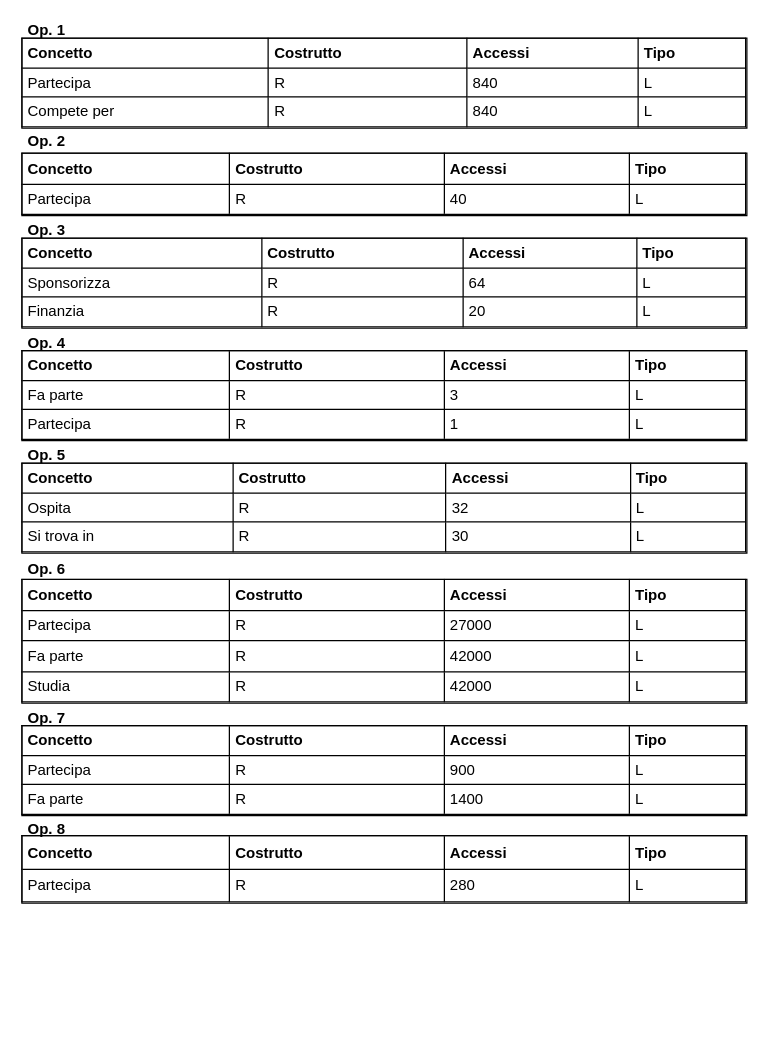
giovannivelludo/database-project keeps this draw.io diagram as page "Accessi" (6 of 6) of Olimpiadi studentesche.drawio. Above is the earlier version. Source tidied: cells renumbered, new cells numbered last; positions are measured from the earlier drawing's top-left corner, leaving out a move shared by most shapes. Both pictures are drawn from the tidied source at 125%, with x=0, y=0 at pixel (21, 28).
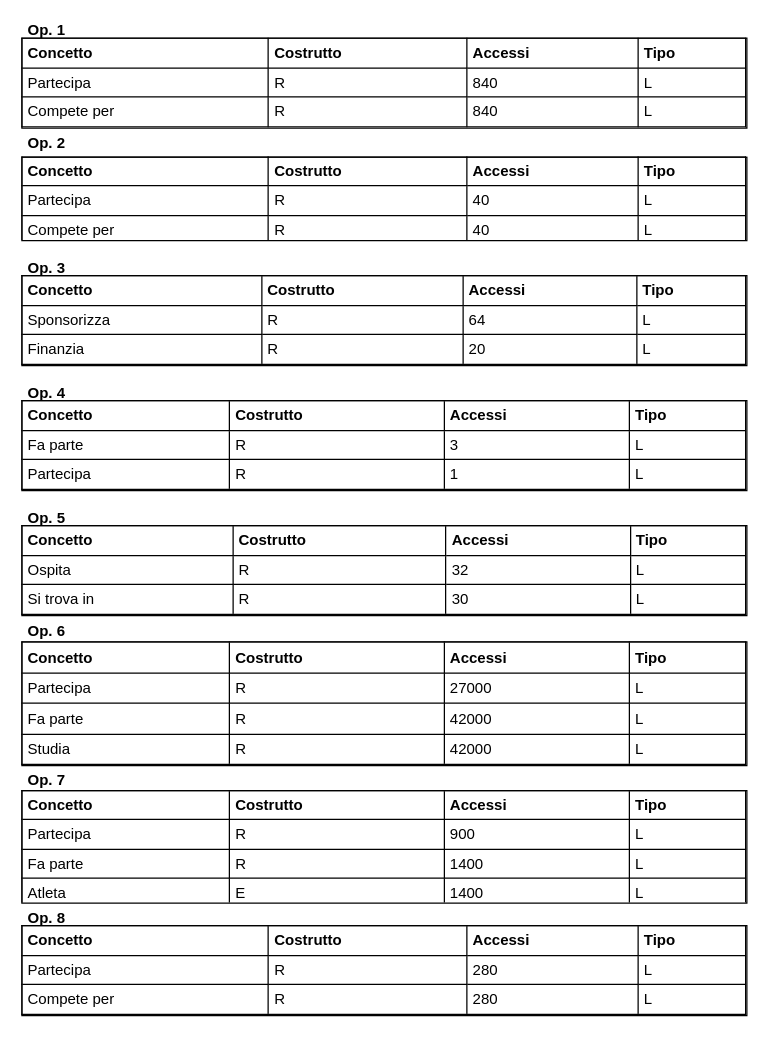
The same page after the edit.

Commit message (it also covers changes not shown here):
corretti accessi

The edit, as a diff of the source:
```diff
@@
     <mxCell id="5" style="group;" parent="1" vertex="1">
-      <mxGeometry y="90" width="580" height="60" as="geometry" />
+      <mxGeometry y="90" width="580" height="80" as="geometry" />
     </mxCell>
-    <mxCell id="6" value="&lt;table style=&quot;width: 100% ; height: 100% ; border-collapse: collapse ; border: 1px solid rgb(0 , 0 , 0)&quot; width=&quot;100%&quot; cellpadding=&quot;4&quot; border=&quot;1&quot; align=&quot;left&quot;&gt;&lt;tbody&gt;&lt;tr style=&quot;color: rgb(255 , 255 , 255)&quot;&gt;&lt;th align=&quot;left&quot;&gt;&lt;span&gt;&lt;font color=&quot;#000000&quot;&gt;Concetto&lt;br&gt;&lt;/font&gt;&lt;/span&gt;&lt;/th&gt;&lt;th align=&quot;left&quot;&gt;&lt;span&gt;&lt;font color=&quot;#000000&quot;&gt;Costrutto&lt;br&gt;&lt;/font&gt;&lt;/span&gt;&lt;/th&gt;&lt;td&gt;&lt;font color=&quot;#000000&quot;&gt;&lt;b&gt;Accessi&lt;/b&gt;&lt;/font&gt;&lt;br&gt;&lt;/td&gt;&lt;td&gt;&lt;b&gt;&lt;font color=&quot;#000000&quot;&gt;Tipo&lt;/font&gt;&lt;/b&gt;&lt;br&gt;&lt;/td&gt;&lt;/tr&gt;&lt;tr&gt;&lt;td&gt;&lt;span&gt;Partecipa&lt;br&gt;&lt;/span&gt;&lt;/td&gt;&lt;td&gt;&lt;span&gt;R&lt;br&gt;&lt;/span&gt;&lt;/td&gt;&lt;td&gt;40&lt;br&gt;&lt;/td&gt;&lt;td&gt;L&lt;br&gt;&lt;/td&gt;&lt;/tr&gt;&lt;/tbody&gt;&lt;/table&gt;" style="text;html=1;strokeColor=#000000;fillColor=#ffffff;overflow=fill;rounded=0;" parent="5" vertex="1">
-      <mxGeometry y="10" width="580" height="50" as="geometry" />
+    <mxCell id="6" value="&lt;table style=&quot;width: 100% ; height: 100% ; border-collapse: collapse ; border: 1px solid rgb(0 , 0 , 0)&quot; width=&quot;100%&quot; cellpadding=&quot;4&quot; border=&quot;1&quot; align=&quot;left&quot;&gt;&lt;tbody&gt;&lt;tr style=&quot;color: rgb(255 , 255 , 255)&quot;&gt;&lt;th align=&quot;left&quot;&gt;&lt;span&gt;&lt;font color=&quot;#000000&quot;&gt;Concetto&lt;br&gt;&lt;/font&gt;&lt;/span&gt;&lt;/th&gt;&lt;th align=&quot;left&quot;&gt;&lt;span&gt;&lt;font color=&quot;#000000&quot;&gt;Costrutto&lt;br&gt;&lt;/font&gt;&lt;/span&gt;&lt;/th&gt;&lt;td&gt;&lt;font color=&quot;#000000&quot;&gt;&lt;b&gt;Accessi&lt;/b&gt;&lt;/font&gt;&lt;br&gt;&lt;/td&gt;&lt;td&gt;&lt;b&gt;&lt;font color=&quot;#000000&quot;&gt;Tipo&lt;/font&gt;&lt;/b&gt;&lt;br&gt;&lt;/td&gt;&lt;/tr&gt;&lt;tr&gt;&lt;td&gt;&lt;span&gt;Partecipa&lt;br&gt;&lt;/span&gt;&lt;/td&gt;&lt;td&gt;&lt;span&gt;R&lt;br&gt;&lt;/span&gt;&lt;/td&gt;&lt;td&gt;40&lt;br&gt;&lt;/td&gt;&lt;td&gt;L&lt;br&gt;&lt;/td&gt;&lt;/tr&gt;&lt;tr&gt;&lt;td&gt;Compete per&lt;/td&gt;&lt;td&gt;R&lt;/td&gt;&lt;td&gt;40&lt;/td&gt;&lt;td&gt;L&lt;/td&gt;&lt;/tr&gt;&lt;/tbody&gt;&lt;/table&gt;" style="text;html=1;strokeColor=#000000;fillColor=#ffffff;overflow=fill;rounded=0;" parent="5" vertex="1">
+      <mxGeometry y="13.3" width="580" height="66.7" as="geometry" />
     </mxCell>
     <mxCell id="7" value="&lt;div&gt;&lt;b&gt;Op. 2&lt;/b&gt;&lt;/div&gt;" style="text;html=1;strokeColor=none;fillColor=none;align=center;verticalAlign=middle;whiteSpace=wrap;rounded=0;" parent="5" vertex="1">
-      <mxGeometry width="40" height="2.8" as="geometry" />
+      <mxGeometry width="40" height="3.7" as="geometry" />
     </mxCell>
     <mxCell id="8" style="group;" parent="1" vertex="1">
-      <mxGeometry y="160" width="580" height="80" as="geometry" />
+      <mxGeometry y="190" width="580" height="80" as="geometry" />
     </mxCell>
@@
     <mxCell id="11" style="group;" parent="1" vertex="1">
-      <mxGeometry y="250" width="580" height="80" as="geometry" />
+      <mxGeometry y="290" width="580" height="80" as="geometry" />
     </mxCell>
@@
     <mxCell id="14" style="group;" parent="1" vertex="1">
-      <mxGeometry y="340" width="580" height="80" as="geometry" />
+      <mxGeometry y="390" width="580" height="80" as="geometry" />
     </mxCell>
@@
     <mxCell id="17" style="group;" parent="1" vertex="1">
-      <mxGeometry y="430" width="580" height="110" as="geometry" />
+      <mxGeometry y="480" width="580" height="110" as="geometry" />
     </mxCell>
@@
     <mxCell id="20" style="group;" parent="1" vertex="1">
-      <mxGeometry y="550" width="580" height="80" as="geometry" />
+      <mxGeometry y="600" width="580" height="100" as="geometry" />
     </mxCell>
-    <mxCell id="21" value="&lt;table style=&quot;width: 100% ; height: 100% ; border-collapse: collapse ; border: 1px solid rgb(0 , 0 , 0)&quot; width=&quot;100%&quot; cellpadding=&quot;4&quot; border=&quot;1&quot; align=&quot;left&quot;&gt;&lt;tbody&gt;&lt;tr style=&quot;color: rgb(255 , 255 , 255)&quot;&gt;&lt;th align=&quot;left&quot;&gt;&lt;span&gt;&lt;font color=&quot;#000000&quot;&gt;Concetto&lt;br&gt;&lt;/font&gt;&lt;/span&gt;&lt;/th&gt;&lt;th align=&quot;left&quot;&gt;&lt;span&gt;&lt;font color=&quot;#000000&quot;&gt;Costrutto&lt;br&gt;&lt;/font&gt;&lt;/span&gt;&lt;/th&gt;&lt;td&gt;&lt;font color=&quot;#000000&quot;&gt;&lt;b&gt;Accessi&lt;/b&gt;&lt;/font&gt;&lt;br&gt;&lt;/td&gt;&lt;td&gt;&lt;b&gt;&lt;font color=&quot;#000000&quot;&gt;Tipo&lt;/font&gt;&lt;/b&gt;&lt;br&gt;&lt;/td&gt;&lt;/tr&gt;&lt;tr&gt;&lt;td&gt;Partecipa&lt;br&gt;&lt;/td&gt;&lt;td&gt;&lt;span&gt;R&lt;br&gt;&lt;/span&gt;&lt;/td&gt;&lt;td&gt;900&lt;br&gt;&lt;/td&gt;&lt;td&gt;L&lt;br&gt;&lt;/td&gt;&lt;/tr&gt;&lt;tr&gt;&lt;td&gt;&lt;span&gt;Fa parte&lt;br&gt;&lt;/span&gt;&lt;/td&gt;&lt;td&gt;&lt;span&gt;R&lt;br&gt;&lt;/span&gt;&lt;/td&gt;&lt;td&gt;1400&lt;br&gt;&lt;/td&gt;&lt;td&gt;L&lt;br&gt;&lt;/td&gt;&lt;/tr&gt;&lt;/tbody&gt;&lt;/table&gt;" style="text;html=1;strokeColor=#000000;fillColor=#ffffff;overflow=fill;rounded=0;" parent="20" vertex="1">
-      <mxGeometry y="8" width="580" height="72" as="geometry" />
+    <mxCell id="21" value="&lt;table style=&quot;width: 100% ; height: 100% ; border-collapse: collapse ; border: 1px solid rgb(0 , 0 , 0)&quot; width=&quot;100%&quot; cellpadding=&quot;4&quot; border=&quot;1&quot; align=&quot;left&quot;&gt;&lt;tbody&gt;&lt;tr style=&quot;color: rgb(255 , 255 , 255)&quot;&gt;&lt;th align=&quot;left&quot;&gt;&lt;span&gt;&lt;font color=&quot;#000000&quot;&gt;Concetto&lt;br&gt;&lt;/font&gt;&lt;/span&gt;&lt;/th&gt;&lt;th align=&quot;left&quot;&gt;&lt;span&gt;&lt;font color=&quot;#000000&quot;&gt;Costrutto&lt;br&gt;&lt;/font&gt;&lt;/span&gt;&lt;/th&gt;&lt;td&gt;&lt;font color=&quot;#000000&quot;&gt;&lt;b&gt;Accessi&lt;/b&gt;&lt;/font&gt;&lt;br&gt;&lt;/td&gt;&lt;td&gt;&lt;b&gt;&lt;font color=&quot;#000000&quot;&gt;Tipo&lt;/font&gt;&lt;/b&gt;&lt;br&gt;&lt;/td&gt;&lt;/tr&gt;&lt;tr&gt;&lt;td&gt;Partecipa&lt;br&gt;&lt;/td&gt;&lt;td&gt;&lt;span&gt;R&lt;br&gt;&lt;/span&gt;&lt;/td&gt;&lt;td&gt;900&lt;br&gt;&lt;/td&gt;&lt;td&gt;L&lt;br&gt;&lt;/td&gt;&lt;/tr&gt;&lt;tr&gt;&lt;td&gt;&lt;span&gt;Fa parte&lt;br&gt;&lt;/span&gt;&lt;/td&gt;&lt;td&gt;&lt;span&gt;R&lt;br&gt;&lt;/span&gt;&lt;/td&gt;&lt;td&gt;1400&lt;br&gt;&lt;/td&gt;&lt;td&gt;L&lt;br&gt;&lt;/td&gt;&lt;/tr&gt;&lt;tr&gt;&lt;td&gt;Atleta&lt;/td&gt;&lt;td&gt;E&lt;/td&gt;&lt;td&gt;1400&lt;/td&gt;&lt;td&gt;L&lt;/td&gt;&lt;/tr&gt;&lt;/tbody&gt;&lt;/table&gt;" style="text;html=1;strokeColor=#000000;fillColor=#ffffff;overflow=fill;rounded=0;" parent="20" vertex="1">
+      <mxGeometry y="10" width="580" height="90" as="geometry" />
     </mxCell>
     <mxCell id="22" value="&lt;b&gt;Op. 7&lt;br&gt;&lt;/b&gt;" style="text;html=1;strokeColor=none;fillColor=none;align=center;verticalAlign=middle;whiteSpace=wrap;rounded=0;" parent="20" vertex="1">
-      <mxGeometry width="40" height="3.7" as="geometry" />
+      <mxGeometry width="40" height="4.7" as="geometry" />
     </mxCell>
     <mxCell id="23" style="group;" parent="1" vertex="1">
-      <mxGeometry y="640" width="580" height="60" as="geometry" />
+      <mxGeometry y="710" width="580" height="80" as="geometry" />
     </mxCell>
-    <mxCell id="24" value="&lt;table style=&quot;width: 100% ; height: 100% ; border-collapse: collapse ; border: 1px solid rgb(0 , 0 , 0)&quot; width=&quot;100%&quot; cellpadding=&quot;4&quot; border=&quot;1&quot; align=&quot;left&quot;&gt;&lt;tbody&gt;&lt;tr style=&quot;color: rgb(255 , 255 , 255)&quot;&gt;&lt;th align=&quot;left&quot;&gt;&lt;span&gt;&lt;font color=&quot;#000000&quot;&gt;Concetto&lt;br&gt;&lt;/font&gt;&lt;/span&gt;&lt;/th&gt;&lt;th align=&quot;left&quot;&gt;&lt;span&gt;&lt;font color=&quot;#000000&quot;&gt;Costrutto&lt;br&gt;&lt;/font&gt;&lt;/span&gt;&lt;/th&gt;&lt;td&gt;&lt;font color=&quot;#000000&quot;&gt;&lt;b&gt;Accessi&lt;/b&gt;&lt;/font&gt;&lt;br&gt;&lt;/td&gt;&lt;td&gt;&lt;b&gt;&lt;font color=&quot;#000000&quot;&gt;Tipo&lt;/font&gt;&lt;/b&gt;&lt;br&gt;&lt;/td&gt;&lt;/tr&gt;&lt;tr&gt;&lt;td&gt;Partecipa&lt;br&gt;&lt;/td&gt;&lt;td&gt;&lt;span&gt;R&lt;br&gt;&lt;/span&gt;&lt;/td&gt;&lt;td&gt;280&lt;br&gt;&lt;/td&gt;&lt;td&gt;L&lt;br&gt;&lt;/td&gt;&lt;/tr&gt;&lt;/tbody&gt;&lt;/table&gt;" style="text;html=1;strokeColor=#000000;fillColor=#ffffff;overflow=fill;rounded=0;" parent="23" vertex="1">
-      <mxGeometry y="6" width="580" height="54" as="geometry" />
+    <mxCell id="24" value="&lt;table style=&quot;width: 100% ; height: 100% ; border-collapse: collapse ; border: 1px solid rgb(0 , 0 , 0)&quot; width=&quot;100%&quot; cellpadding=&quot;4&quot; border=&quot;1&quot; align=&quot;left&quot;&gt;&lt;tbody&gt;&lt;tr style=&quot;color: rgb(255 , 255 , 255)&quot;&gt;&lt;th align=&quot;left&quot;&gt;&lt;span&gt;&lt;font color=&quot;#000000&quot;&gt;Concetto&lt;br&gt;&lt;/font&gt;&lt;/span&gt;&lt;/th&gt;&lt;th align=&quot;left&quot;&gt;&lt;span&gt;&lt;font color=&quot;#000000&quot;&gt;Costrutto&lt;br&gt;&lt;/font&gt;&lt;/span&gt;&lt;/th&gt;&lt;td&gt;&lt;font color=&quot;#000000&quot;&gt;&lt;b&gt;Accessi&lt;/b&gt;&lt;/font&gt;&lt;br&gt;&lt;/td&gt;&lt;td&gt;&lt;b&gt;&lt;font color=&quot;#000000&quot;&gt;Tipo&lt;/font&gt;&lt;/b&gt;&lt;br&gt;&lt;/td&gt;&lt;/tr&gt;&lt;tr&gt;&lt;td&gt;Partecipa&lt;br&gt;&lt;/td&gt;&lt;td&gt;&lt;span&gt;R&lt;br&gt;&lt;/span&gt;&lt;/td&gt;&lt;td&gt;280&lt;br&gt;&lt;/td&gt;&lt;td&gt;L&lt;br&gt;&lt;/td&gt;&lt;/tr&gt;&lt;tr&gt;&lt;td&gt;Compete per&lt;/td&gt;&lt;td&gt;R&lt;/td&gt;&lt;td&gt;280&lt;/td&gt;&lt;td&gt;L&lt;/td&gt;&lt;/tr&gt;&lt;/tbody&gt;&lt;/table&gt;" style="text;html=1;strokeColor=#000000;fillColor=#ffffff;overflow=fill;rounded=0;" parent="23" vertex="1">
+      <mxGeometry y="8" width="580" height="72" as="geometry" />
     </mxCell>
     <mxCell id="25" value="&lt;b&gt;Op. 8&lt;br&gt;&lt;/b&gt;" style="text;html=1;strokeColor=none;fillColor=none;align=center;verticalAlign=middle;whiteSpace=wrap;rounded=0;" parent="23" vertex="1">
-      <mxGeometry width="40" height="2.8" as="geometry" />
+      <mxGeometry width="40" height="3.7" as="geometry" />
     </mxCell>
```
